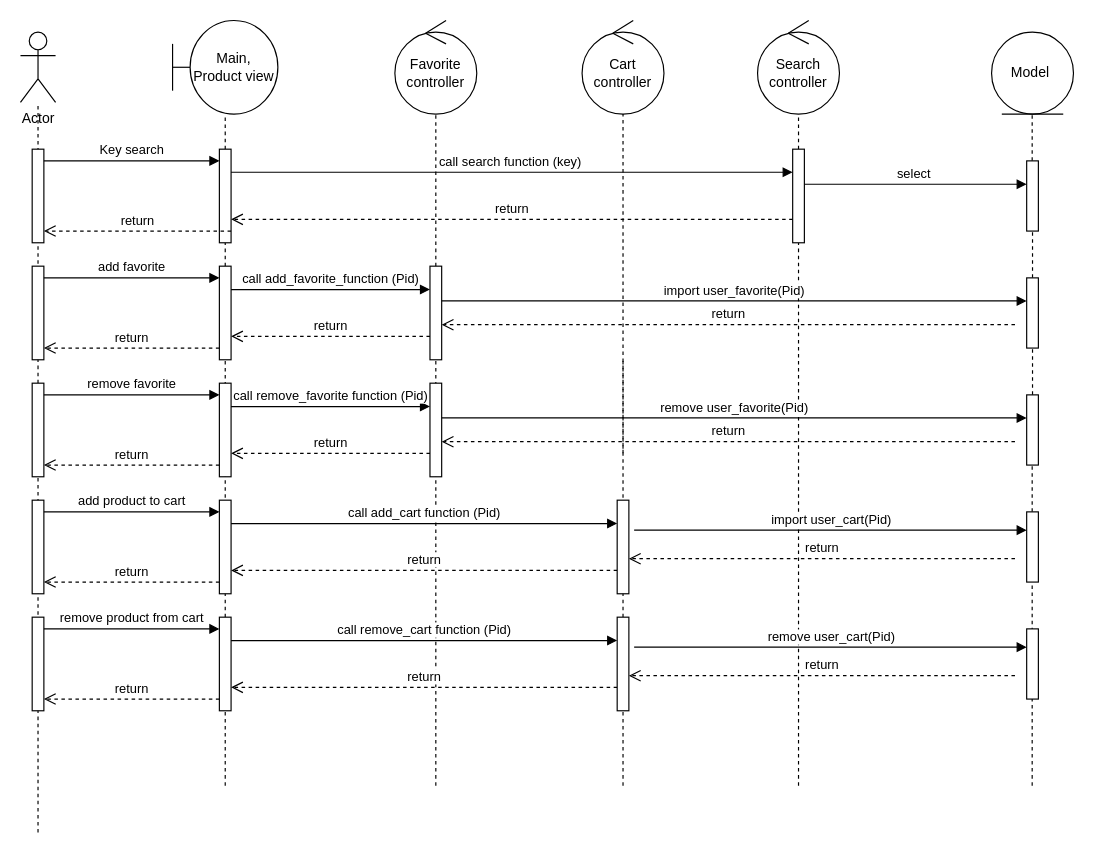
Before: page "Search" (3 of 5) of Untitled Diagram.drawio in ZanhhTrann/Shopping_Web, a draw.io diagram. Source tidied: cells renumbered, new cells numbered last; positions are measured from the earlier drawing's top-left corner, leaving out a move shared by most shapes. Both pictures are drawn from the tidied source at 117%, with x=0, y=0 at pixel (20, 20).
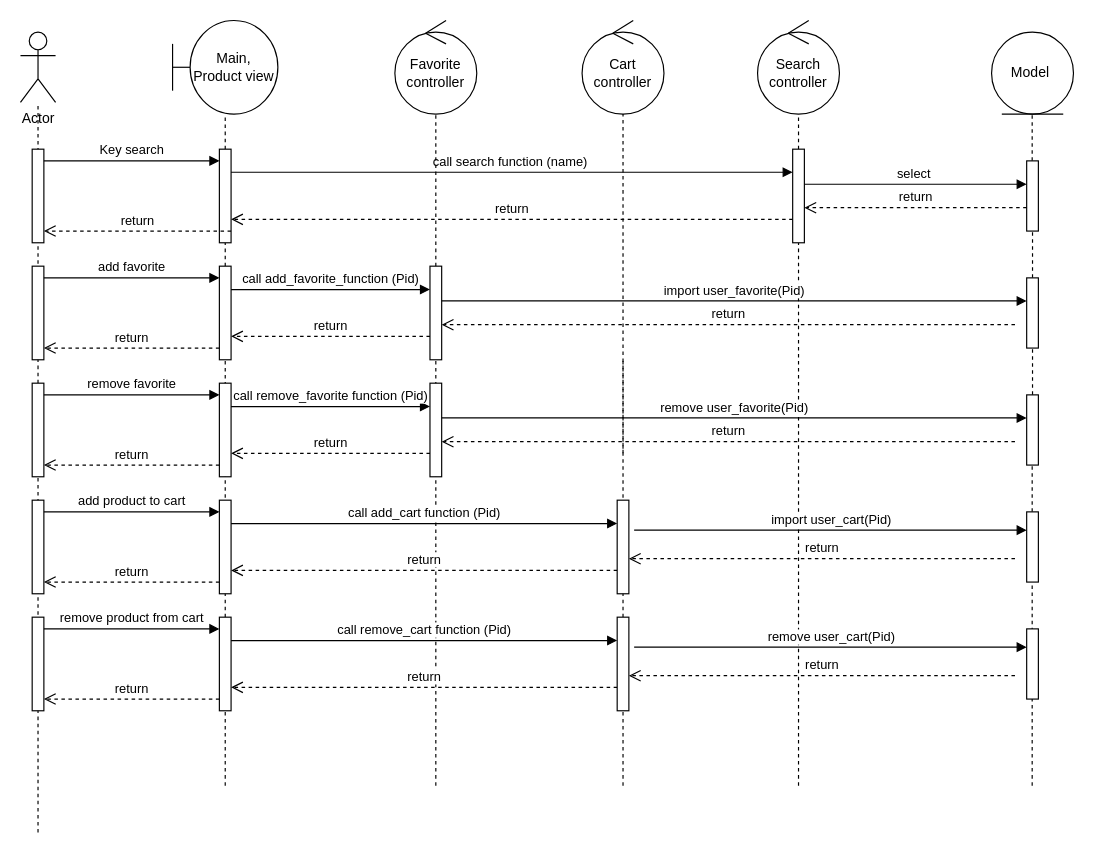
The same diagram, later.

Unchanged cells that the change refers to:
```xml
<mxCell id="14" style="html=1;points=[[0,0,0,0,5],[0,1,0,0,-5],[1,0,0,0,5],[1,1,0,0,-5]];perimeter=orthogonalPerimeter;outlineConnect=0;targetShapes=umlLifeline;portConstraint=eastwest;newEdgeStyle={&quot;curved&quot;:0,&quot;rounded&quot;:0};" parent="1" vertex="1">
  <mxGeometry x="660" y="110" width="10" height="80" as="geometry" />
</mxCell>
```

What changed in the source:
```diff
@@
-    <mxCell id="16" value="call search function (key)&amp;nbsp;" style="html=1;verticalAlign=bottom;endArrow=block;curved=0;rounded=0;" parent="1" edge="1" target="14">
+    <mxCell id="16" value="call search function (name)&amp;nbsp;" style="html=1;verticalAlign=bottom;endArrow=block;curved=0;rounded=0;" parent="1" edge="1" target="14">
       <mxGeometry relative="1" as="geometry">
         <mxPoint x="180" y="129.7" as="sourcePoint" />
       </mxGeometry>
     </mxCell>
@@
+    <mxCell id="70" value="return" style="html=1;verticalAlign=bottom;endArrow=open;dashed=1;endSize=8;curved=0;rounded=0;" parent="1" edge="1" target="14">
+      <mxGeometry relative="1" as="geometry">
+        <mxPoint x="860" y="160" as="sourcePoint" />
+      </mxGeometry>
+    </mxCell>
```
